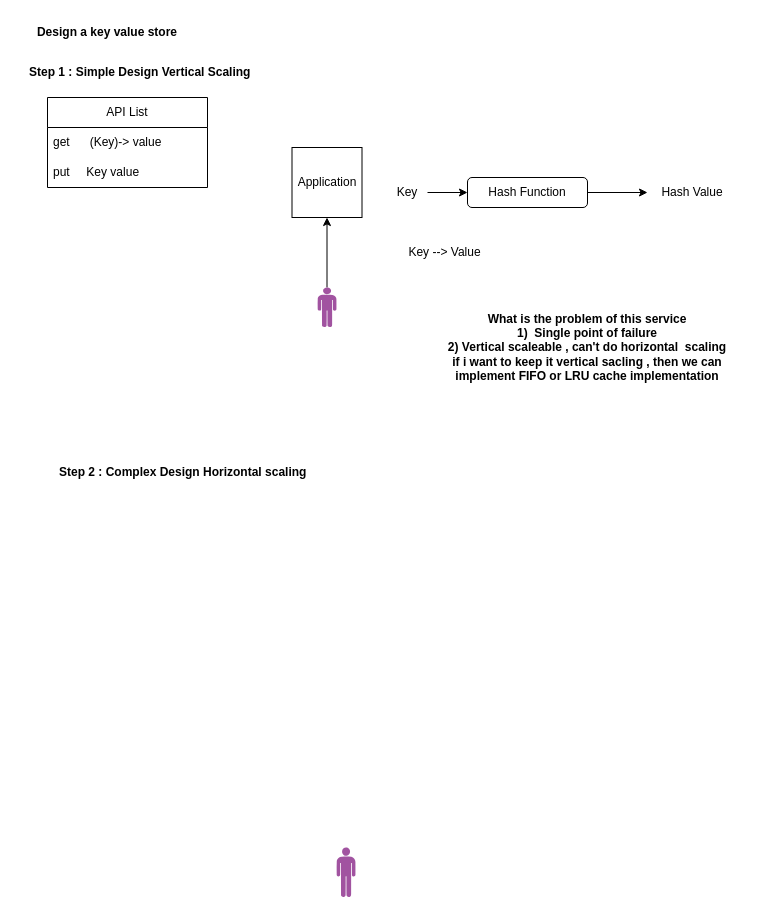
Earlier version of the draw.io diagram Untitled Diagram.drawio (bappimazumder/system-design). Source tidied: cells renumbered, new cells numbered last; positions are measured from the earlier drawing's top-left corner, leaving out a move shared by most shapes. Both pictures are drawn from the tidied source at 100%, with x=0, y=0 at pixel (17, 17).
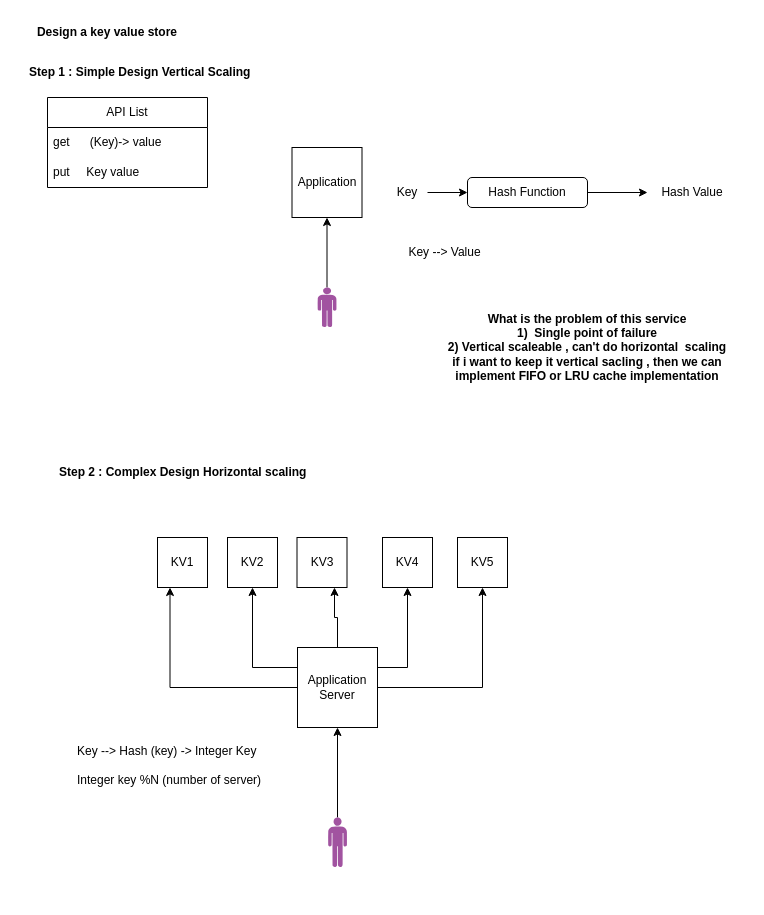
The same page after the edit.

Commit message:
Update step two .drawio

Change to the diagram source:
```diff
@@
+    <mxCell id="19" style="edgeStyle=orthogonalEdgeStyle;rounded=0;jettySize=auto;html=1;entryX=0.5;entryY=1;entryDx=0;entryDy=0;" parent="1" edge="1" source="18" target="25">
+      <mxGeometry relative="1" as="geometry" />
+    </mxCell>
     <mxCell id="18" style="verticalLabelPosition=bottom;sketch=0;html=1;fillColor=#A153A0;verticalAlign=top;align=center;shape=mxgraph.cisco_safe.design.actor_2;" parent="1" vertex="1">
-      <mxGeometry x="319" y="830" width="19" height="50" as="geometry" />
+      <mxGeometry x="310.5" y="800" width="19" height="50" as="geometry" />
     </mxCell>
+    <mxCell id="20" style="edgeStyle=orthogonalEdgeStyle;rounded=0;jettySize=auto;html=1;exitX=1;exitY=0.5;exitDx=0;exitDy=0;entryX=0.5;entryY=1;entryDx=0;entryDy=0;" parent="1" edge="1" source="25" target="30">
+      <mxGeometry relative="1" as="geometry" />
+    </mxCell>
+    <mxCell id="21" style="edgeStyle=orthogonalEdgeStyle;rounded=0;jettySize=auto;html=1;exitX=1;exitY=0.25;exitDx=0;exitDy=0;entryX=0.5;entryY=1;entryDx=0;entryDy=0;" parent="1" edge="1" source="25" target="29">
+      <mxGeometry relative="1" as="geometry" />
+    </mxCell>
+    <mxCell id="22" style="edgeStyle=orthogonalEdgeStyle;rounded=0;jettySize=auto;html=1;exitX=0.5;exitY=0;exitDx=0;exitDy=0;entryX=0.75;entryY=1;entryDx=0;entryDy=0;" parent="1" edge="1" source="25" target="28">
+      <mxGeometry relative="1" as="geometry" />
+    </mxCell>
+    <mxCell id="23" style="edgeStyle=orthogonalEdgeStyle;rounded=0;jettySize=auto;html=1;exitX=0;exitY=0.25;exitDx=0;exitDy=0;entryX=0.5;entryY=1;entryDx=0;entryDy=0;" parent="1" edge="1" source="25" target="27">
+      <mxGeometry relative="1" as="geometry" />
+    </mxCell>
+    <mxCell id="24" style="edgeStyle=orthogonalEdgeStyle;rounded=0;jettySize=auto;html=1;exitX=0;exitY=0.5;exitDx=0;exitDy=0;entryX=0.25;entryY=1;entryDx=0;entryDy=0;" parent="1" edge="1" source="25" target="26">
+      <mxGeometry relative="1" as="geometry" />
+    </mxCell>
+    <mxCell id="25" value="Application Server" style="whiteSpace=wrap;html=1;" parent="1" vertex="1">
+      <mxGeometry x="280" y="630" width="80" height="80" as="geometry" />
+    </mxCell>
+    <mxCell id="26" value="KV1" style="whiteSpace=wrap;html=1;" parent="1" vertex="1">
+      <mxGeometry x="140" y="520" width="50" height="50" as="geometry" />
+    </mxCell>
+    <mxCell id="27" value="KV2" style="whiteSpace=wrap;html=1;" parent="1" vertex="1">
+      <mxGeometry x="210" y="520" width="50" height="50" as="geometry" />
+    </mxCell>
+    <mxCell id="28" value="KV3" style="whiteSpace=wrap;html=1;" parent="1" vertex="1">
+      <mxGeometry x="279.5" y="520" width="50" height="50" as="geometry" />
+    </mxCell>
+    <mxCell id="29" value="KV4" style="whiteSpace=wrap;html=1;" parent="1" vertex="1">
+      <mxGeometry x="365" y="520" width="50" height="50" as="geometry" />
+    </mxCell>
+    <mxCell id="30" value="KV5" style="whiteSpace=wrap;html=1;" parent="1" vertex="1">
+      <mxGeometry x="440" y="520" width="50" height="50" as="geometry" />
+    </mxCell>
+    <mxCell id="31" value="Key --&amp;gt; Hash (key) -&amp;gt; Integer Key&lt;div&gt;&lt;br&gt;&lt;/div&gt;&lt;div&gt;Integer key %N (number of server)&lt;/div&gt;&lt;div&gt;&lt;br&gt;&lt;/div&gt;" style="text;html=1;align=left;verticalAlign=middle;whiteSpace=wrap;rounded=0;horizontal=1;" parent="1" vertex="1">
+      <mxGeometry x="57.8" y="710" width="214.5" height="90" as="geometry" />
+    </mxCell>
```
